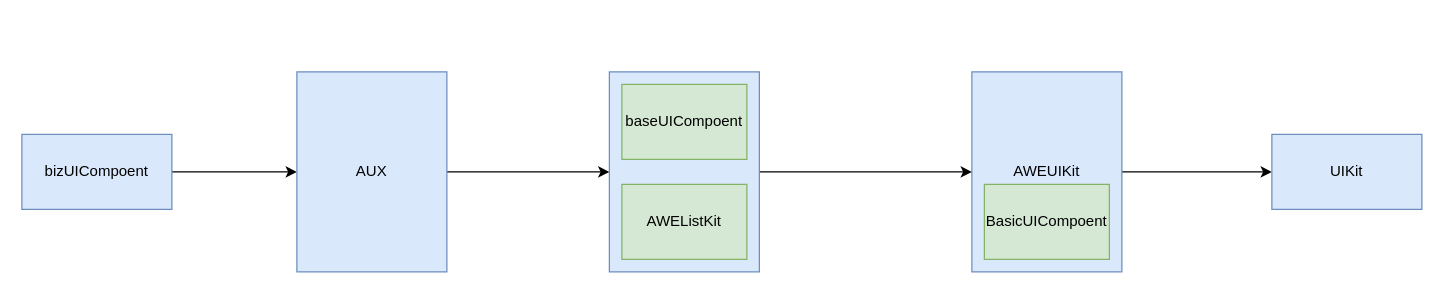
This is page "Page-2" (2 of 2) of 研发流程.drawio from desertslin/graph, a draw.io file, before an edit. Source tidied: cells renumbered, new cells numbered last; positions are measured from the earlier drawing's top-left corner, leaving out a move shared by most shapes. Both pictures are drawn from the tidied source at 125%, with x=0, y=0 at pixel (21, 71).
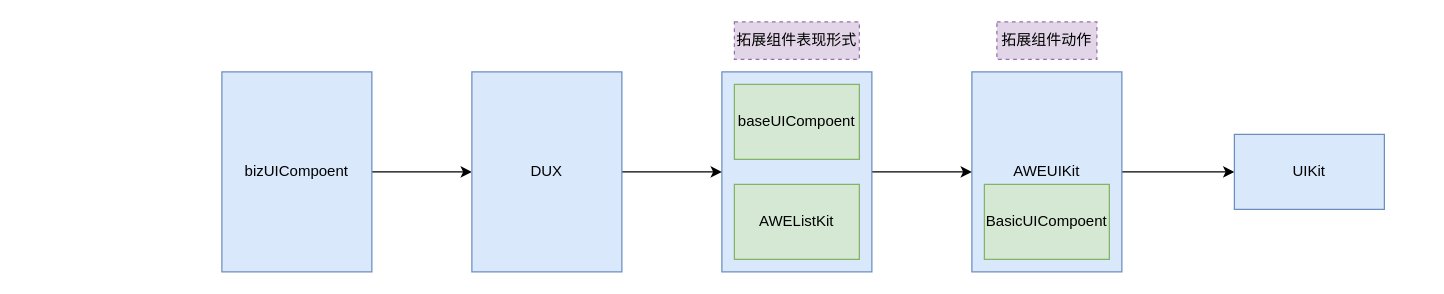
The same diagram, later.

What changed in the source:
```diff
@@
 <mxGraphModel>
   <root>
     <mxCell id="0" />
     <mxCell id="1" parent="0" />
     <mxCell id="2" style="edgeStyle=orthogonalEdgeStyle;rounded=0;jettySize=auto;html=1;exitX=1;exitY=0.5;exitDx=0;exitDy=0;entryX=0;entryY=0.5;entryDx=0;entryDy=0;" parent="1" edge="1" source="3" target="11">
       <mxGeometry relative="1" as="geometry" />
     </mxCell>
     <mxCell id="3" value="AWEUIKit" style="rounded=0;whiteSpace=wrap;html=1;fillColor=#dae8fc;strokeColor=#6c8ebf;" parent="1" vertex="1">
       <mxGeometry x="760" width="120" height="160" as="geometry" />
     </mxCell>
     <mxCell id="4" style="edgeStyle=orthogonalEdgeStyle;rounded=0;jettySize=auto;html=1;exitX=1;exitY=0.5;exitDx=0;exitDy=0;entryX=0;entryY=0.5;entryDx=0;entryDy=0;" parent="1" edge="1" source="5" target="3">
       <mxGeometry relative="1" as="geometry" />
     </mxCell>
     <mxCell id="5" style="rounded=0;whiteSpace=wrap;html=1;fillColor=#dae8fc;strokeColor=#6c8ebf;" parent="1" vertex="1">
-      <mxGeometry x="470" width="120" height="160" as="geometry" />
+      <mxGeometry x="560" width="120" height="160" as="geometry" />
     </mxCell>
     <mxCell id="6" style="edgeStyle=orthogonalEdgeStyle;rounded=0;jettySize=auto;html=1;exitX=1;exitY=0.5;exitDx=0;exitDy=0;" parent="1" edge="1" source="7" target="10">
       <mxGeometry relative="1" as="geometry" />
     </mxCell>
     <mxCell id="7" value="bizUICompoent" style="rounded=0;whiteSpace=wrap;html=1;fillColor=#dae8fc;strokeColor=#6c8ebf;" parent="1" vertex="1">
-      <mxGeometry y="50" width="120" height="60" as="geometry" />
+      <mxGeometry x="160" width="120" height="160" as="geometry" />
     </mxCell>
     <mxCell id="8" value="AWEListKit" style="rounded=0;whiteSpace=wrap;html=1;fillColor=#d5e8d4;strokeColor=#82b366;" parent="1" vertex="1">
-      <mxGeometry x="480" y="90" width="100" height="60" as="geometry" />
+      <mxGeometry x="570" y="90" width="100" height="60" as="geometry" />
     </mxCell>
     <mxCell id="9" style="edgeStyle=orthogonalEdgeStyle;rounded=0;jettySize=auto;html=1;exitX=1;exitY=0.5;exitDx=0;exitDy=0;" parent="1" edge="1" source="10" target="5">
       <mxGeometry relative="1" as="geometry" />
     </mxCell>
-    <mxCell id="10" value="AUX" style="rounded=0;whiteSpace=wrap;html=1;fillColor=#dae8fc;strokeColor=#6c8ebf;" parent="1" vertex="1">
-      <mxGeometry x="220" width="120" height="160" as="geometry" />
+    <mxCell id="10" value="DUX" style="rounded=0;whiteSpace=wrap;html=1;fillColor=#dae8fc;strokeColor=#6c8ebf;" parent="1" vertex="1">
+      <mxGeometry x="360" width="120" height="160" as="geometry" />
     </mxCell>
     <mxCell id="11" value="UIKit" style="rounded=0;whiteSpace=wrap;html=1;fillColor=#dae8fc;strokeColor=#6c8ebf;" parent="1" vertex="1">
-      <mxGeometry x="1000" y="50" width="120" height="60" as="geometry" />
+      <mxGeometry x="970" y="50" width="120" height="60" as="geometry" />
     </mxCell>
     <mxCell id="12" value="BasicUICompoent" style="rounded=0;whiteSpace=wrap;html=1;fillColor=#d5e8d4;strokeColor=#82b366;" parent="1" vertex="1">
       <mxGeometry x="770" y="90" width="100" height="60" as="geometry" />
     </mxCell>
     <mxCell id="13" value="baseUICompoent" style="rounded=0;whiteSpace=wrap;html=1;fillColor=#d5e8d4;strokeColor=#82b366;" parent="1" vertex="1">
-      <mxGeometry x="480" y="10" width="100" height="60" as="geometry" />
+      <mxGeometry x="570" y="10" width="100" height="60" as="geometry" />
     </mxCell>
+    <mxCell id="14" value="拓展组件动作" style="text;html=1;strokeColor=#9673a6;fillColor=#e1d5e7;align=center;verticalAlign=middle;whiteSpace=wrap;rounded=0;dashed=1;" parent="1" vertex="1">
+      <mxGeometry x="780" y="-40" width="80" height="30" as="geometry" />
+    </mxCell>
+    <mxCell id="15" value="拓展组件表现形式" style="text;html=1;strokeColor=#9673a6;fillColor=#e1d5e7;align=center;verticalAlign=middle;whiteSpace=wrap;rounded=0;dashed=1;" parent="1" vertex="1">
+      <mxGeometry x="570" y="-40" width="100" height="30" as="geometry" />
+    </mxCell>
   </root>
 </mxGraphModel>
```
